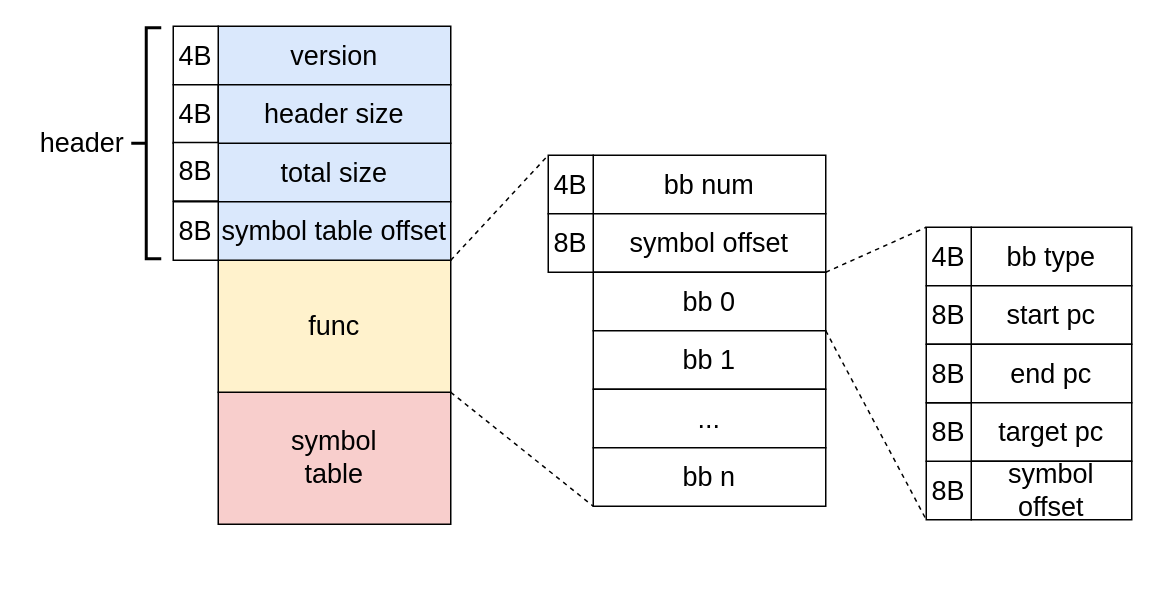
This is cfg 二进制布局设计.drawio from liyp1120/draw.io, a draw.io file, before an edit. Source tidied: cells renumbered, new cells numbered last; positions are measured from the earlier drawing's top-left corner, leaving out a move shared by most shapes. Both pictures are drawn from the tidied source at 150%, with x=0, y=0 at pixel (26, 26).
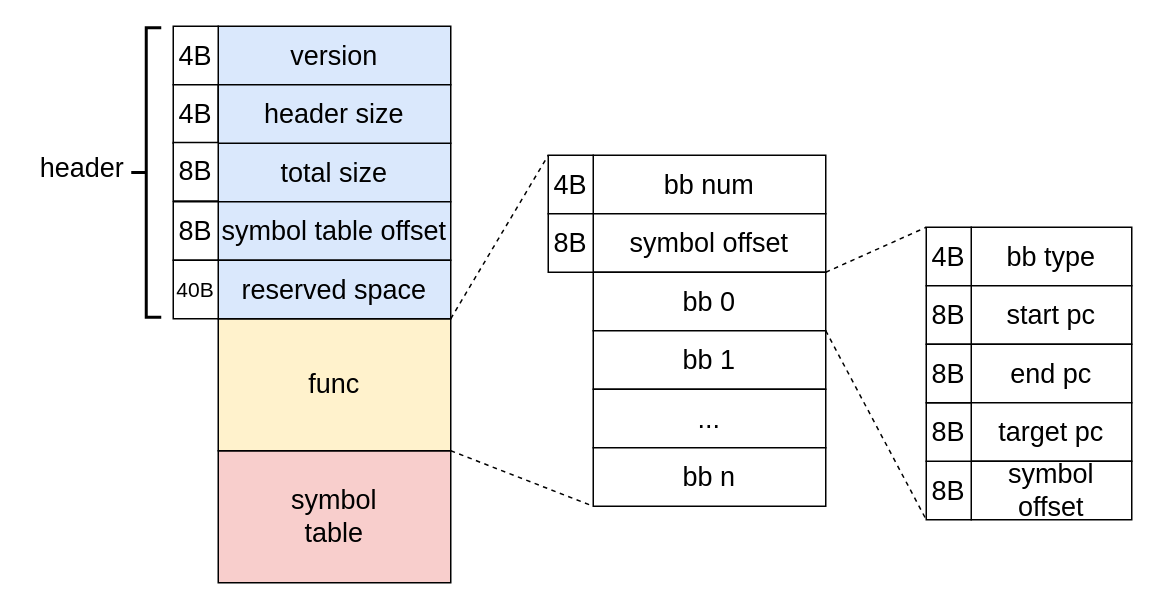
Above is the later version.

Commit message:
更新cfg 二进制布局设计.drawio

The edit, as a diff of the source:
```diff
@@
     <mxCell id="5" value="&lt;font style=&quot;font-size: 18px;&quot;&gt;symbol&lt;br&gt;table&lt;br&gt;&lt;/font&gt;" style="rounded=0;whiteSpace=wrap;html=1;fillColor=#f8cecc;strokeColor=default;" parent="1" vertex="1">
-      <mxGeometry x="128" y="244" width="155" height="88" as="geometry" />
+      <mxGeometry x="128" y="283" width="155" height="88" as="geometry" />
     </mxCell>
     <mxCell id="6" value="&lt;font style=&quot;font-size: 18px;&quot;&gt;func&lt;/font&gt;" style="rounded=0;whiteSpace=wrap;html=1;fillColor=#fff2cc;strokeColor=default;" parent="1" vertex="1">
-      <mxGeometry x="128" y="156" width="155" height="88" as="geometry" />
+      <mxGeometry x="128" y="195" width="155" height="88" as="geometry" />
     </mxCell>
     <mxCell id="7" style="strokeWidth=2;html=1;shape=mxgraph.flowchart.annotation_2;align=left;labelPosition=right;" parent="1" vertex="1">
-      <mxGeometry x="70" y="1" width="20" height="154" as="geometry" />
+      <mxGeometry x="70" y="1" width="20" height="193" as="geometry" />
     </mxCell>
     <mxCell id="8" value="&lt;font style=&quot;font-size: 18px;&quot;&gt;header&lt;/font&gt;" style="text;html=1;align=center;verticalAlign=middle;strokeColor=none;fillColor=none;" parent="1" vertex="1">
-      <mxGeometry y="61" width="74" height="34" as="geometry" />
+      <mxGeometry y="78" width="74" height="34" as="geometry" />
     </mxCell>
@@
+    <mxCell id="36" value="&lt;font style=&quot;font-size: 18px;&quot;&gt;reserved space&lt;/font&gt;" style="rounded=0;whiteSpace=wrap;html=1;fillColor=#dae8fc;strokeColor=default;" parent="1" vertex="1">
+      <mxGeometry x="128" y="156" width="155" height="39" as="geometry" />
+    </mxCell>
+    <mxCell id="37" value="&lt;font style=&quot;font-size: 14px;&quot;&gt;40B&lt;/font&gt;" style="rounded=0;whiteSpace=wrap;html=1;" parent="1" vertex="1">
+      <mxGeometry x="98" y="156" width="30" height="39" as="geometry" />
+    </mxCell>
```
